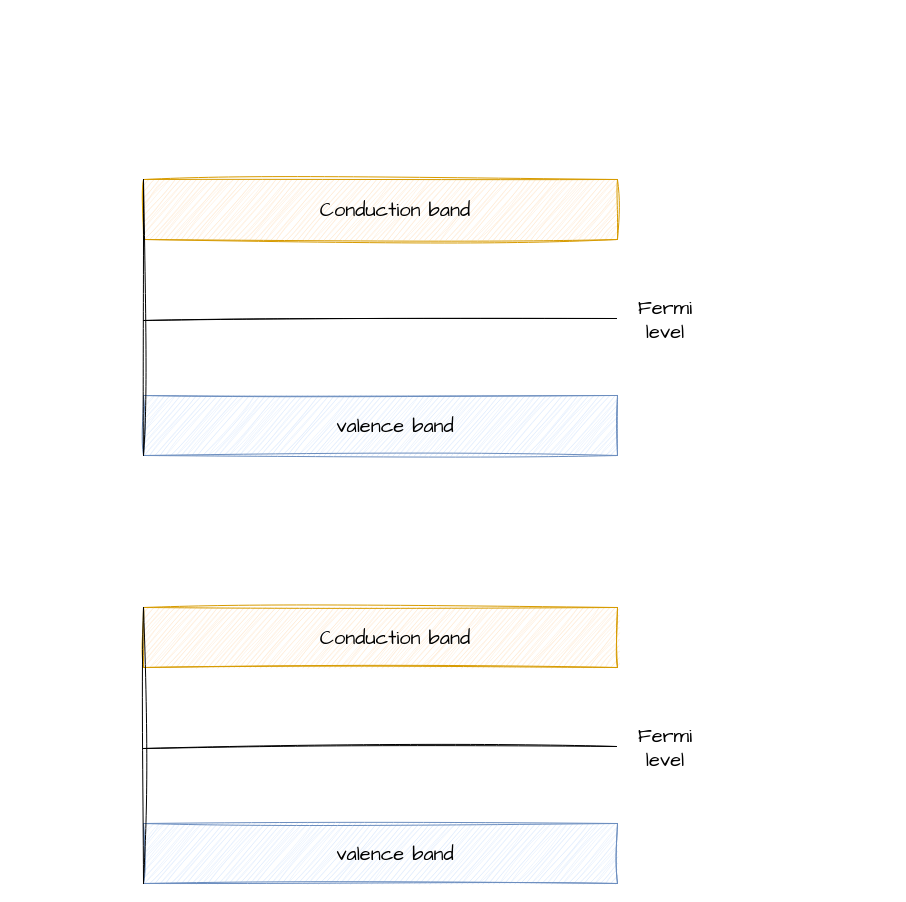
The draw.io diagram band_gap.drawio in 666creeping666death/C-code, before the edit. Source tidied: cells renumbered, new cells numbered last; positions are measured from the earlier drawing's top-left corner, leaving out a move shared by most shapes. Both pictures are drawn from the tidied source at 100%, with x=0, y=0 at pixel (143, 179).
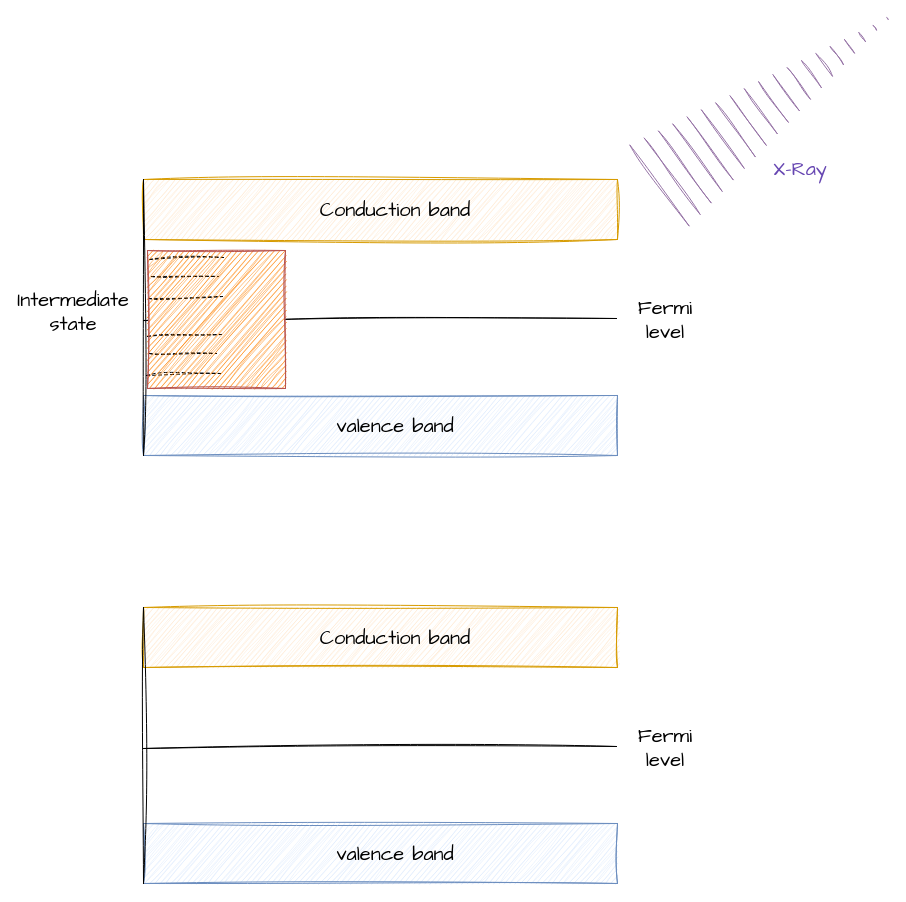
The same diagram, later.

Change to the diagram source:
```diff
@@
-    <mxCell id="14" style="endArrow=none;html=1;rounded=0;sketch=1;hachureGap=4;jiggle=2;curveFitting=1;fontFamily=Architects Daughter;fontSize=16;" parent="1" edge="1">
+    <mxCell id="14" style="endArrow=none;html=1;rounded=0;sketch=1;hachureGap=4;jiggle=2;curveFitting=1;fontFamily=Architects Daughter;fontSize=16;" parent="1" edge="1" source="25">
       <mxGeometry relative="1" as="geometry">
-        <mxPoint y="141" as="sourcePoint" />
         <mxPoint x="473" y="139" as="targetPoint" />
       </mxGeometry>
     </mxCell>
@@
+    <mxCell id="16" style="shape=mxgraph.arrows2.wedgeArrowDashed2;html=1;startWidth=50;stepSize=15;rounded=0;sketch=1;hachureGap=4;jiggle=2;curveFitting=1;fontFamily=Architects Daughter;fontSize=16;fillColor=#e1d5e7;strokeColor=#9673a6;entryX=0.25;entryY=1;entryDx=0;entryDy=0;" parent="1" edge="1">
+      <mxGeometry relative="1" as="geometry">
+        <mxPoint x="516" y="6" as="sourcePoint" />
+        <mxPoint x="744" y="-161" as="targetPoint" />
+      </mxGeometry>
+    </mxCell>
+    <mxCell id="17" value="&lt;font color=&quot;#6747b2&quot;&gt;X-Ray&lt;/font&gt;" style="text;html=1;align=center;verticalAlign=middle;whiteSpace=wrap;rounded=0;fontSize=20;fontFamily=Architects Daughter;" parent="1" vertex="1">
+      <mxGeometry x="627" y="-26" width="60" height="30" as="geometry" />
+    </mxCell>
+    <mxCell id="18" style="endArrow=none;dashed=1;html=1;rounded=0;sketch=1;hachureGap=4;jiggle=2;curveFitting=1;fontFamily=Architects Daughter;fontSize=16;" parent="1" edge="1">
+      <mxGeometry relative="1" as="geometry">
+        <mxPoint x="3" y="196" as="sourcePoint" />
+        <mxPoint x="77" y="194" as="targetPoint" />
+      </mxGeometry>
+    </mxCell>
+    <mxCell id="19" style="endArrow=none;dashed=1;html=1;rounded=0;sketch=1;hachureGap=4;jiggle=2;curveFitting=1;fontFamily=Architects Daughter;fontSize=16;" parent="1" edge="1">
+      <mxGeometry relative="1" as="geometry">
+        <mxPoint x="6" y="174" as="sourcePoint" />
+        <mxPoint x="73" y="174" as="targetPoint" />
+      </mxGeometry>
+    </mxCell>
+    <mxCell id="20" style="endArrow=none;dashed=1;html=1;rounded=0;sketch=1;hachureGap=4;jiggle=2;curveFitting=1;fontFamily=Architects Daughter;fontSize=16;" parent="1" edge="1">
+      <mxGeometry relative="1" as="geometry">
+        <mxPoint x="4" y="157" as="sourcePoint" />
+        <mxPoint x="78" y="155" as="targetPoint" />
+      </mxGeometry>
+    </mxCell>
+    <mxCell id="21" style="endArrow=none;dashed=1;html=1;rounded=0;sketch=1;hachureGap=4;jiggle=2;curveFitting=1;fontFamily=Architects Daughter;fontSize=16;" parent="1" edge="1">
+      <mxGeometry relative="1" as="geometry">
+        <mxPoint x="5" y="119" as="sourcePoint" />
+        <mxPoint x="79" y="117" as="targetPoint" />
+      </mxGeometry>
+    </mxCell>
+    <mxCell id="22" style="endArrow=none;dashed=1;html=1;rounded=0;sketch=1;hachureGap=4;jiggle=2;curveFitting=1;fontFamily=Architects Daughter;fontSize=16;" parent="1" edge="1">
+      <mxGeometry relative="1" as="geometry">
+        <mxPoint x="8" y="97" as="sourcePoint" />
+        <mxPoint x="75" y="97" as="targetPoint" />
+      </mxGeometry>
+    </mxCell>
+    <mxCell id="23" style="endArrow=none;dashed=1;html=1;rounded=0;sketch=1;hachureGap=4;jiggle=2;curveFitting=1;fontFamily=Architects Daughter;fontSize=16;" parent="1" edge="1">
+      <mxGeometry relative="1" as="geometry">
+        <mxPoint x="6" y="80" as="sourcePoint" />
+        <mxPoint x="80" y="78" as="targetPoint" />
+      </mxGeometry>
+    </mxCell>
+    <mxCell id="24" style="endArrow=none;html=1;rounded=0;sketch=1;hachureGap=4;jiggle=2;curveFitting=1;fontFamily=Architects Daughter;fontSize=16;" parent="1" edge="1" target="25">
+      <mxGeometry relative="1" as="geometry">
+        <mxPoint y="141" as="sourcePoint" />
+      </mxGeometry>
+    </mxCell>
+    <mxCell id="25" style="whiteSpace=wrap;html=1;sketch=1;hachureGap=4;jiggle=2;curveFitting=1;fontFamily=Architects Daughter;fontSize=20;fillColor=#FF8000;strokeColor=#b85450;" parent="1" vertex="1">
+      <mxGeometry x="4" y="71" width="138" height="138" as="geometry" />
+    </mxCell>
+    <mxCell id="26" value="Intermediate state" style="text;html=1;strokeColor=none;fillColor=none;align=center;verticalAlign=middle;whiteSpace=wrap;rounded=0;fontSize=20;fontFamily=Architects Daughter;" parent="1" vertex="1">
+      <mxGeometry x="-119" y="117" width="98" height="30" as="geometry" />
+    </mxCell>
```
